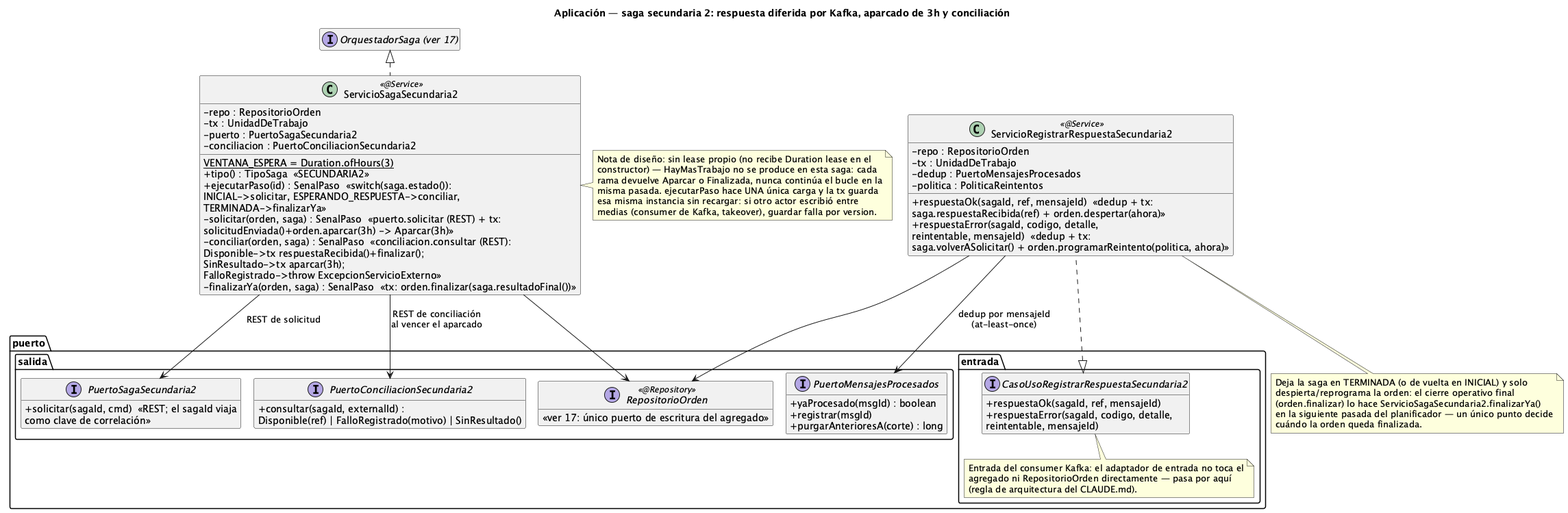
Above: order-manager/docs/20-clases-aplicacion-saga-secundaria2.png in ralcazar/patrones (PlantUML), before the change.
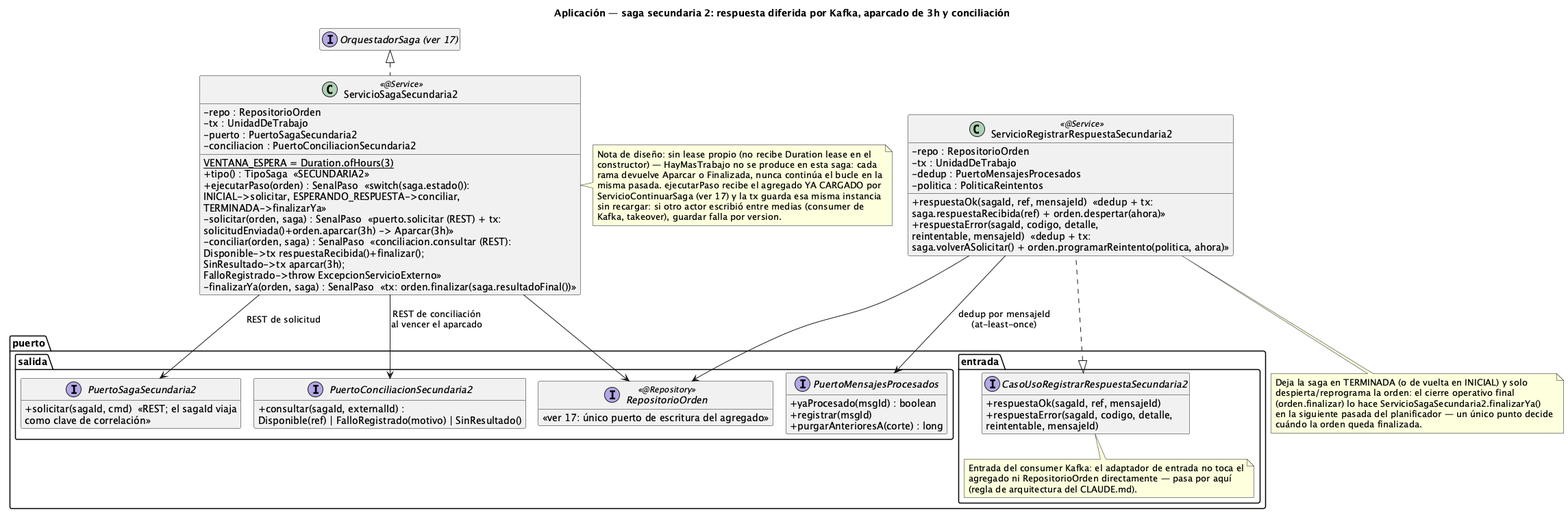
Later version of the same file.

Diff of the diagram source:
```diff
@@ -25,7 +25,7 @@
   -puerto : PuertoSagaSecundaria2
   -conciliacion : PuertoConciliacionSecundaria2
   +tipo() : TipoSaga  «SECUNDARIA2»
-  +ejecutarPaso(id) : SenalPaso  «switch(saga.estado()):\nINICIAL->solicitar, ESPERANDO_RESPUESTA->conciliar,\nTERMINADA->finalizarYa»
+  +ejecutarPaso(orden) : SenalPaso  «switch(saga.estado()):\nINICIAL->solicitar, ESPERANDO_RESPUESTA->conciliar,\nTERMINADA->finalizarYa»
   -solicitar(orden, saga) : SenalPaso  «puerto.solicitar (REST) + tx:\nsolicitudEnviada()+orden.aparcar(3h) -> Aparcar(3h)»
   -conciliar(orden, saga) : SenalPaso  «conciliacion.consultar (REST):\nDisponible->tx respuestaRecibida()+finalizar();\nSinResultado->tx aparcar(3h);\nFalloRegistrado->throw ExcepcionServicioExterno»
   -finalizarYa(orden, saga) : SenalPaso  «tx: orden.finalizar(saga.resultadoFinal())»
@@ -34,9 +34,10 @@
   Nota de diseño: sin lease propio (no recibe Duration lease en el
   constructor) — HayMasTrabajo no se produce en esta saga: cada
   rama devuelve Aparcar o Finalizada, nunca continúa el bucle en la
-  misma pasada. ejecutarPaso hace UNA única carga y la tx guarda
-  esa misma instancia sin recargar: si otro actor escribió entre
-  medias (consumer de Kafka, takeover), guardar falla por version.
+  misma pasada. ejecutarPaso recibe el agregado YA CARGADO por
+  ServicioContinuarSaga (ver 17) y la tx guarda esa misma instancia
+  sin recargar: si otro actor escribió entre medias (consumer de
+  Kafka, takeover), guardar falla por version.
 end note
 
 class ServicioRegistrarRespuestaSecundaria2 <<@Service>> {
```
